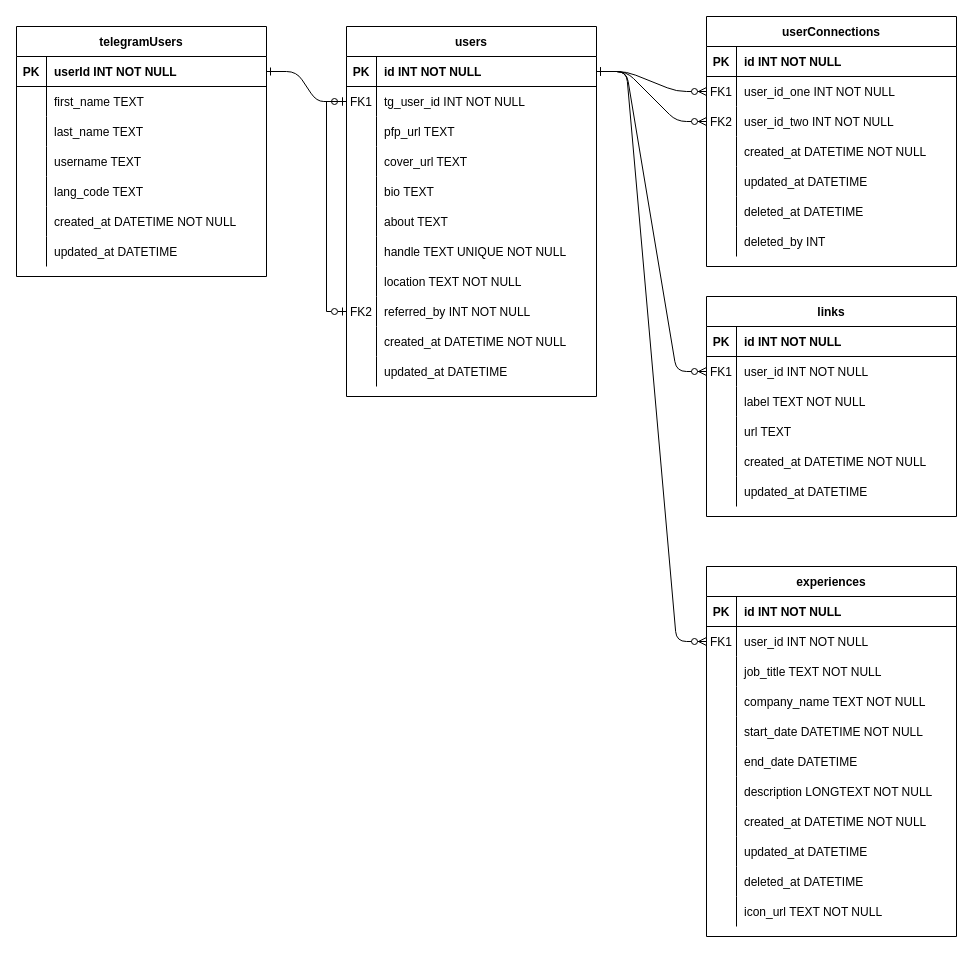
The draw.io diagram tg-profile-entity-class-diagram.drawio in ImWaynnee/tg-profile-class-diagram, before the edit. Source tidied: cells renumbered, new cells numbered last; positions are measured from the earlier drawing's top-left corner, leaving out a move shared by most shapes. Both pictures are drawn from the tidied source at 100%, with x=0, y=0 at pixel (16, 16).
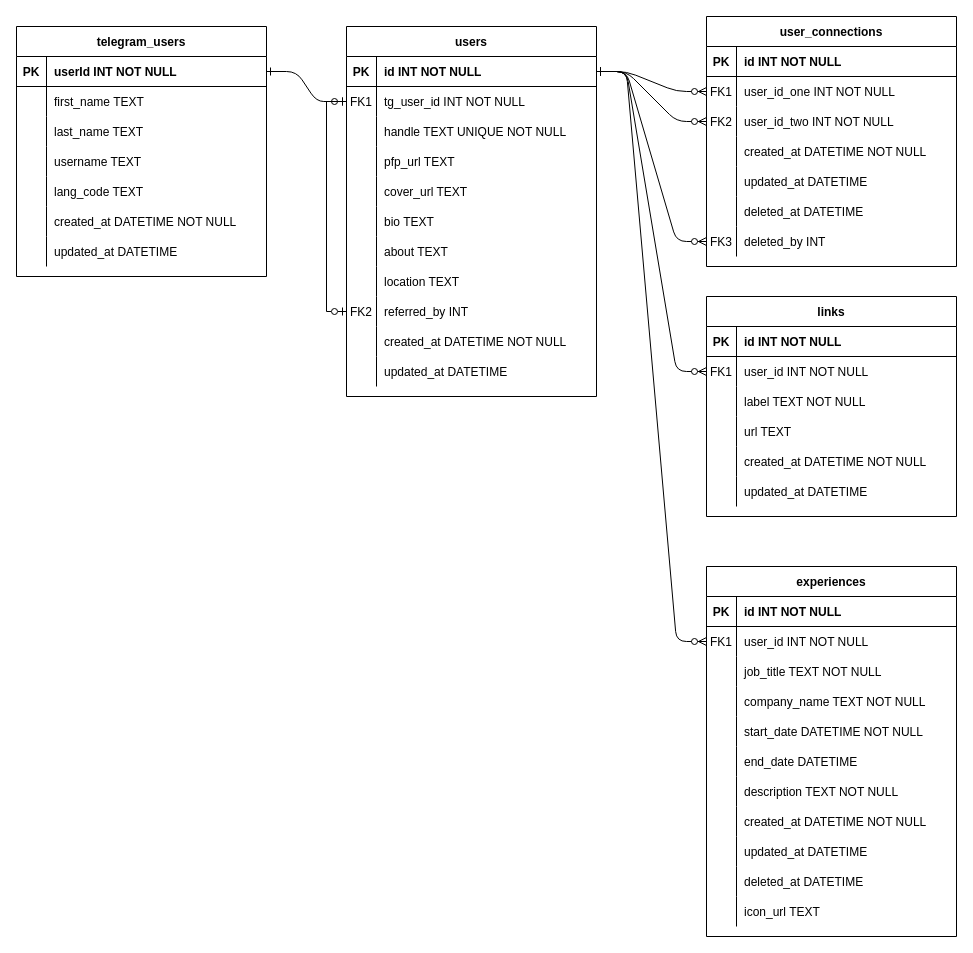
The same diagram, later.

Unchanged cells that the change refers to:
```xml
<mxCell id="4" value="users" style="shape=table;startSize=30;childLayout=tableLayout;rowLines=0;fontStyle=1;align=center;" parent="1" vertex="1">
  <mxGeometry x="330" y="10" width="250" height="370" as="geometry" />
</mxCell>
<mxCell id="5" style="shape=partialRectangle;fillColor=none;points=[[0,0.5],[1,0.5]];portConstraint=eastwest;top=0;left=0;right=0;bottom=1;" parent="4" vertex="1">
  <mxGeometry y="30" width="250" height="30" as="geometry" />
</mxCell>
<mxCell id="26" style="shape=partialRectangle;fillColor=none;top=0;left=0;right=0;bottom=0;" parent="4" vertex="1">
  <mxGeometry y="240" width="250" height="30" as="geometry" />
</mxCell>
<mxCell id="29" style="shape=partialRectangle;fillColor=none;points=[[0,0.5],[1,0.5]];portConstraint=eastwest;top=0;left=0;right=0;bottom=0;" parent="4" vertex="1">
  <mxGeometry y="270" width="250" height="30" as="geometry" />
</mxCell>
<mxCell id="98" style="shape=partialRectangle;fillColor=none;top=0;left=0;right=0;bottom=0;" parent="79" vertex="1">
  <mxGeometry y="210" width="250" height="30" as="geometry" />
</mxCell>
<mxCell id="110" style="shape=partialRectangle;fillColor=none;top=0;left=0;right=0;bottom=0;" parent="79" vertex="1">
  <mxGeometry y="330" width="250" height="30" as="geometry" />
</mxCell>
<mxCell id="135" style="shape=partialRectangle;fillColor=none;points=[[0,0.5],[1,0.5]];portConstraint=eastwest;top=0;left=0;right=0;bottom=0;" parent="116" vertex="1">
  <mxGeometry y="210" width="250" height="30" as="geometry" />
</mxCell>
```

Change to the diagram source:
```diff
@@
+    <mxCell id="23" style="shape=partialRectangle;fillColor=none;top=0;left=0;right=0;bottom=0;" parent="4" vertex="1">
+      <mxGeometry y="90" width="250" height="30" as="geometry" />
+    </mxCell>
+    <mxCell id="24" style="shape=partialRectangle;overflow=hidden;fillColor=none;top=0;left=0;bottom=0;right=0;" parent="23" vertex="1">
+      <mxGeometry width="30" height="30" as="geometry" />
+    </mxCell>
+    <mxCell id="25" value="handle TEXT UNIQUE NOT NULL" style="shape=partialRectangle;overflow=hidden;fillColor=none;top=0;left=0;bottom=0;right=0;align=left;spacingLeft=6;" parent="23" vertex="1">
+      <mxGeometry x="30" width="220" height="30" as="geometry" />
+    </mxCell>
     <mxCell id="11" style="shape=partialRectangle;fillColor=none;top=0;left=0;right=0;bottom=0;" parent="4" vertex="1">
-      <mxGeometry y="90" width="250" height="30" as="geometry" />
+      <mxGeometry y="120" width="250" height="30" as="geometry" />
     </mxCell>
@@
     <mxCell id="14" style="shape=partialRectangle;fillColor=none;top=0;left=0;right=0;bottom=0;" parent="4" vertex="1">
-      <mxGeometry y="120" width="250" height="30" as="geometry" />
+      <mxGeometry y="150" width="250" height="30" as="geometry" />
     </mxCell>
@@
     <mxCell id="17" style="shape=partialRectangle;fillColor=none;top=0;left=0;right=0;bottom=0;" parent="4" vertex="1">
-      <mxGeometry y="150" width="250" height="30" as="geometry" />
+      <mxGeometry y="180" width="250" height="30" as="geometry" />
     </mxCell>
@@
     <mxCell id="20" style="shape=partialRectangle;fillColor=none;top=0;left=0;right=0;bottom=0;" parent="4" vertex="1">
-      <mxGeometry y="180" width="250" height="30" as="geometry" />
+      <mxGeometry y="210" width="250" height="30" as="geometry" />
     </mxCell>
@@
-    <mxCell id="23" style="shape=partialRectangle;fillColor=none;top=0;left=0;right=0;bottom=0;" parent="4" vertex="1">
-      <mxGeometry y="210" width="250" height="30" as="geometry" />
-    </mxCell>
-    <mxCell id="24" style="shape=partialRectangle;overflow=hidden;fillColor=none;top=0;left=0;bottom=0;right=0;" parent="23" vertex="1">
-      <mxGeometry width="30" height="30" as="geometry" />
-    </mxCell>
-    <mxCell id="25" value="handle TEXT UNIQUE NOT NULL" style="shape=partialRectangle;overflow=hidden;fillColor=none;top=0;left=0;bottom=0;right=0;align=left;spacingLeft=6;" parent="23" vertex="1">
-      <mxGeometry x="30" width="220" height="30" as="geometry" />
-    </mxCell>
@@
-    <mxCell id="28" value="location TEXT NOT NULL" style="shape=partialRectangle;overflow=hidden;fillColor=none;top=0;left=0;bottom=0;right=0;align=left;spacingLeft=6;" parent="26" vertex="1">
+    <mxCell id="28" value="location TEXT" style="shape=partialRectangle;overflow=hidden;fillColor=none;top=0;left=0;bottom=0;right=0;align=left;spacingLeft=6;" parent="26" vertex="1">
       <mxGeometry x="30" width="220" height="30" as="geometry" />
     </mxCell>
@@
-    <mxCell id="31" value="referred_by INT NOT NULL" style="shape=partialRectangle;overflow=hidden;fillColor=none;top=0;left=0;bottom=0;right=0;align=left;spacingLeft=6;" parent="29" vertex="1">
+    <mxCell id="31" value="referred_by INT" style="shape=partialRectangle;overflow=hidden;fillColor=none;top=0;left=0;bottom=0;right=0;align=left;spacingLeft=6;" parent="29" vertex="1">
       <mxGeometry x="30" width="220" height="30" as="geometry" />
     </mxCell>
@@
-    <mxCell id="57" value="telegramUsers" style="shape=table;startSize=30;childLayout=tableLayout;rowLines=0;fontStyle=1;align=center;" parent="1" vertex="1">
+    <mxCell id="57" value="telegram_users" style="shape=table;startSize=30;childLayout=tableLayout;rowLines=0;fontStyle=1;align=center;" parent="1" vertex="1">
       <mxGeometry y="10" width="250" height="250" as="geometry" />
     </mxCell>
@@
-    <mxCell id="100" value="description LONGTEXT NOT NULL" style="shape=partialRectangle;overflow=hidden;fillColor=none;top=0;left=0;bottom=0;right=0;align=left;spacingLeft=6;" parent="98" vertex="1">
+    <mxCell id="100" value="description TEXT NOT NULL" style="shape=partialRectangle;overflow=hidden;fillColor=none;top=0;left=0;bottom=0;right=0;align=left;spacingLeft=6;" parent="98" vertex="1">
       <mxGeometry x="30" width="220" height="30" as="geometry" />
     </mxCell>
@@
-    <mxCell id="112" value="icon_url TEXT NOT NULL" style="shape=partialRectangle;overflow=hidden;fillColor=none;top=0;left=0;bottom=0;right=0;align=left;spacingLeft=6;" parent="110" vertex="1">
+    <mxCell id="112" value="icon_url TEXT" style="shape=partialRectangle;overflow=hidden;fillColor=none;top=0;left=0;bottom=0;right=0;align=left;spacingLeft=6;" parent="110" vertex="1">
       <mxGeometry x="30" width="220" height="30" as="geometry" />
     </mxCell>
@@
-    <mxCell id="116" value="userConnections" style="shape=table;startSize=30;childLayout=tableLayout;rowLines=0;fontStyle=1;align=center;" parent="1" vertex="1">
+    <mxCell id="116" value="user_connections" style="shape=table;startSize=30;childLayout=tableLayout;rowLines=0;fontStyle=1;align=center;" parent="1" vertex="1">
       <mxGeometry x="690" width="250" height="250" as="geometry" />
     </mxCell>
@@
-    <mxCell id="136" style="shape=partialRectangle;overflow=hidden;fillColor=none;top=0;left=0;bottom=0;right=0;" parent="135" vertex="1">
+    <mxCell id="136" value="FK3" style="shape=partialRectangle;overflow=hidden;fillColor=none;top=0;left=0;bottom=0;right=0;" parent="135" vertex="1">
       <mxGeometry width="30" height="30" as="geometry" />
     </mxCell>
@@
+    <mxCell id="140" style="edgeStyle=entityRelationEdgeStyle;endArrow=ERzeroToMany;startArrow=ERone;endFill=1;startFill=0;entryX=0;entryY=0.5;entryDx=0;entryDy=0;exitX=1;exitY=0.5;exitDx=0;exitDy=0;" parent="1" edge="1" source="5" target="135">
+      <mxGeometry relative="1" as="geometry" />
+    </mxCell>
```
